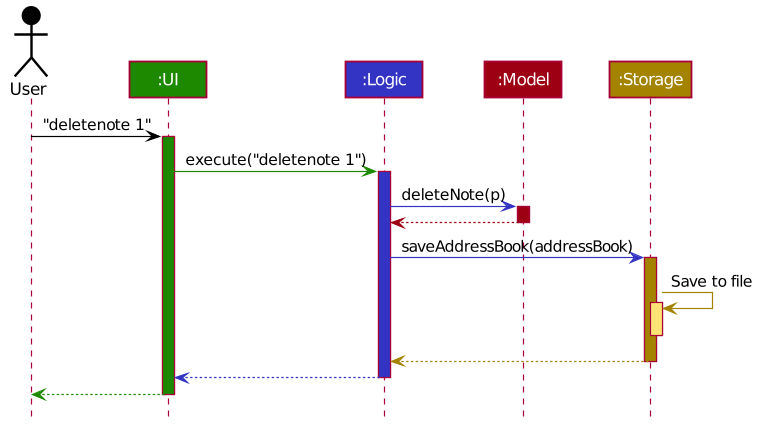
The PlantUML diagram docs/images/ArchitectureSequenceDiagram.png in nus-cs2103-AY1920S1/addressbook-level3, before a commit. Source of this version:
```plantuml
@startuml








skinparam BackgroundColor #FFFFFFF

skinparam Shadowing false

skinparam Class {
    FontColor #FFFFFF
    BorderThickness 1
    BorderColor #FFFFFF
    StereotypeFontColor #FFFFFF
    FontName Arial
}

skinparam Actor {
    BorderColor #000000
    Color #000000
    FontName Arial
}

skinparam Sequence {
    MessageAlign center
    BoxFontSize 15
    BoxPadding 0
    BoxFontColor #FFFFFF
    FontName Arial
}

skinparam Participant {
    FontColor #FFFFFFF
    Padding 20
}

skinparam MinClassWidth 50
skinparam ParticipantPadding 10
skinparam Shadowing false
skinparam DefaultTextAlignment center
skinparam packageStyle Rectangle

hide footbox
hide members
hide circle

Actor User as user #000000
Participant ":UI" as ui #1D8900
Participant ":Logic" as logic #3333C4
Participant ":Model" as model #9D0012
Participant ":Storage" as storage #A38300

user -[#000000]> ui : "deletenote 1"
activate ui #1D8900

ui -[#1D8900]> logic : execute("deletenote 1")
activate logic #3333C4

logic -[#3333C4]> model : deleteNote(p)
activate model #9D0012

model -[#9D0012]-> logic
deactivate model

logic -[#3333C4]> storage : saveAddressBook(addressBook)
activate storage #A38300

storage -[#A38300]> storage : Save to file
activate storage #FFE374
deactivate storage

storage --[#A38300]> logic
deactivate storage

logic --[#3333C4]> ui
deactivate logic

ui--[#1D8900]> user
deactivate ui
@enduml
```
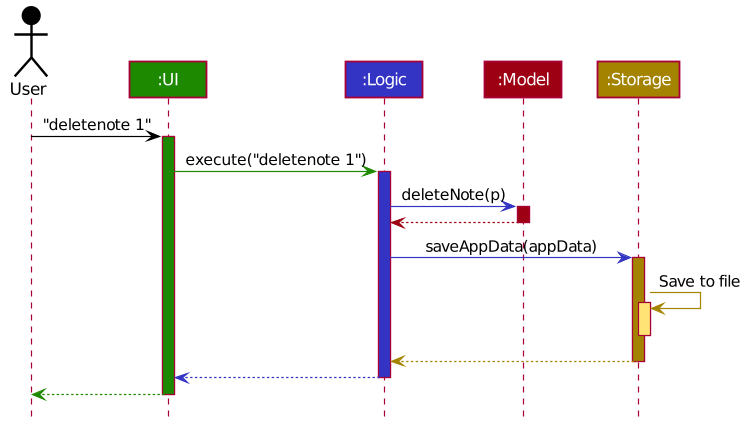
Later version of the same file.

What changed in the source:
```diff
@@ -66,7 +66,7 @@
 model -[#9D0012]-> logic
 deactivate model
 
-logic -[#3333C4]> storage : saveAddressBook(addressBook)
+logic -[#3333C4]> storage : saveAppData(appData)
 activate storage #A38300
 
 storage -[#A38300]> storage : Save to file
```
